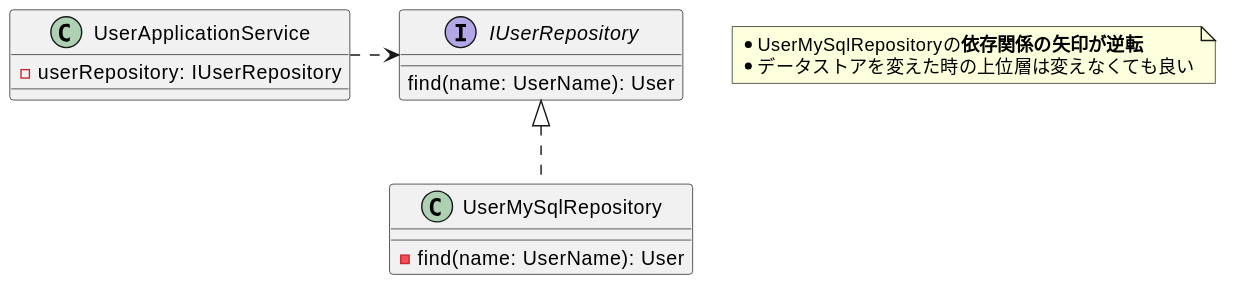
Above: diagrams/ch07-dip.svg in Yuki-TU/ddd (PlantUML), before the change. Source of this version:
```plantuml
@startuml
IUserRepository <|.. UserMySqlRepository
UserApplicationService .> IUserRepository

interface IUserRepository {
  find(name: UserName): User
}
class UserApplicationService {
  - userRepository: IUserRepository
}
class UserMySqlRepository {
  - find(name: UserName): User
}
note as note
* UserMySqlRepositoryの**依存関係の矢印が逆転**
* データストアを変えた時の上位層は変えなくても良い
endnote
@enduml
```
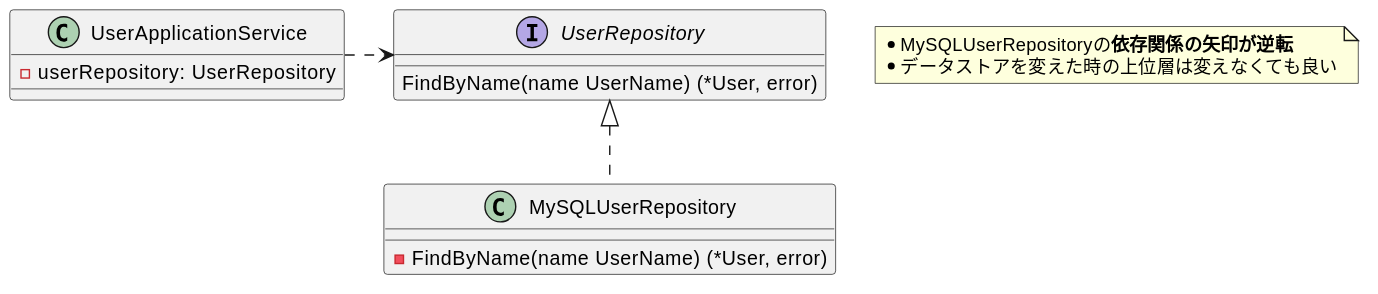
After the change.

Change to the diagram source:
```diff
@@ -1,18 +1,18 @@
 @startuml
-IUserRepository <|.. UserMySqlRepository
-UserApplicationService .> IUserRepository
+UserRepository <|.. MySQLUserRepository
+UserApplicationService .> UserRepository
 
-interface IUserRepository {
-  find(name: UserName): User
+interface UserRepository {
+  FindByName(name UserName) (*User, error)
 }
 class UserApplicationService {
-  - userRepository: IUserRepository
+  - userRepository: UserRepository
 }
-class UserMySqlRepository {
-  - find(name: UserName): User
+class MySQLUserRepository {
+  - FindByName(name UserName) (*User, error)
 }
 note as note
-* UserMySqlRepositoryの**依存関係の矢印が逆転**
+* MySQLUserRepositoryの**依存関係の矢印が逆転**
 * データストアを変えた時の上位層は変えなくても良い
 endnote
 @enduml
```
